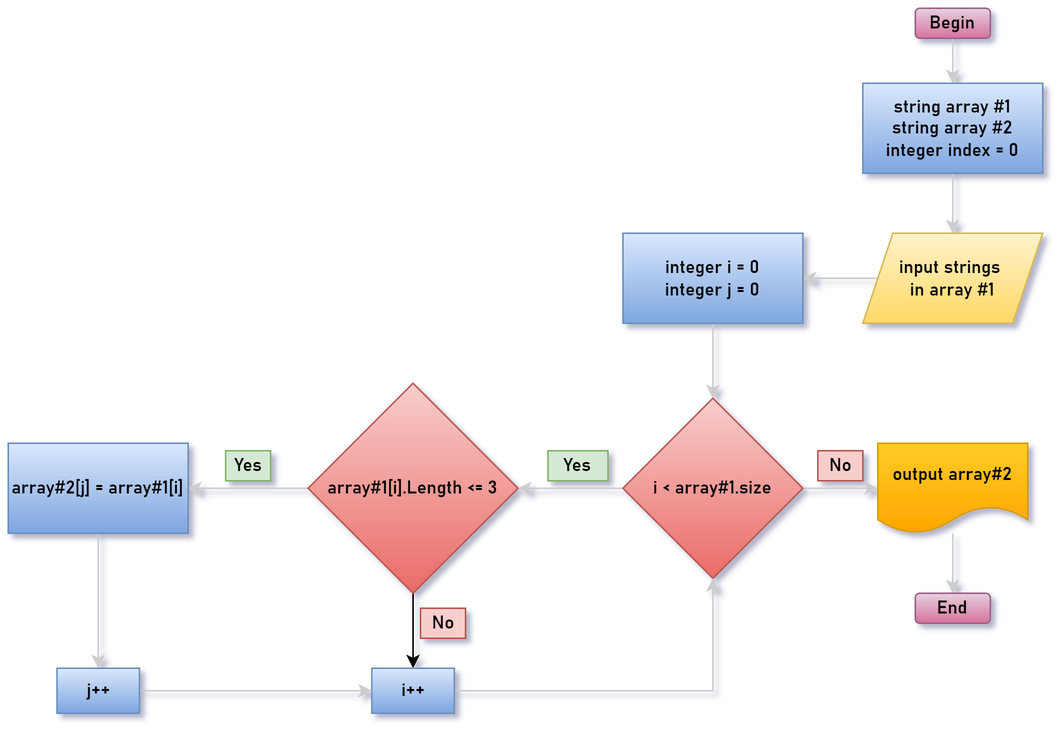
Above: dia.png in hayk4500/GB_FinalTask (draw.io), before the change. Source tidied: cells renumbered, new cells last; positions are measured from the earlier drawing's top-left corner, leaving out a move shared by most shapes.
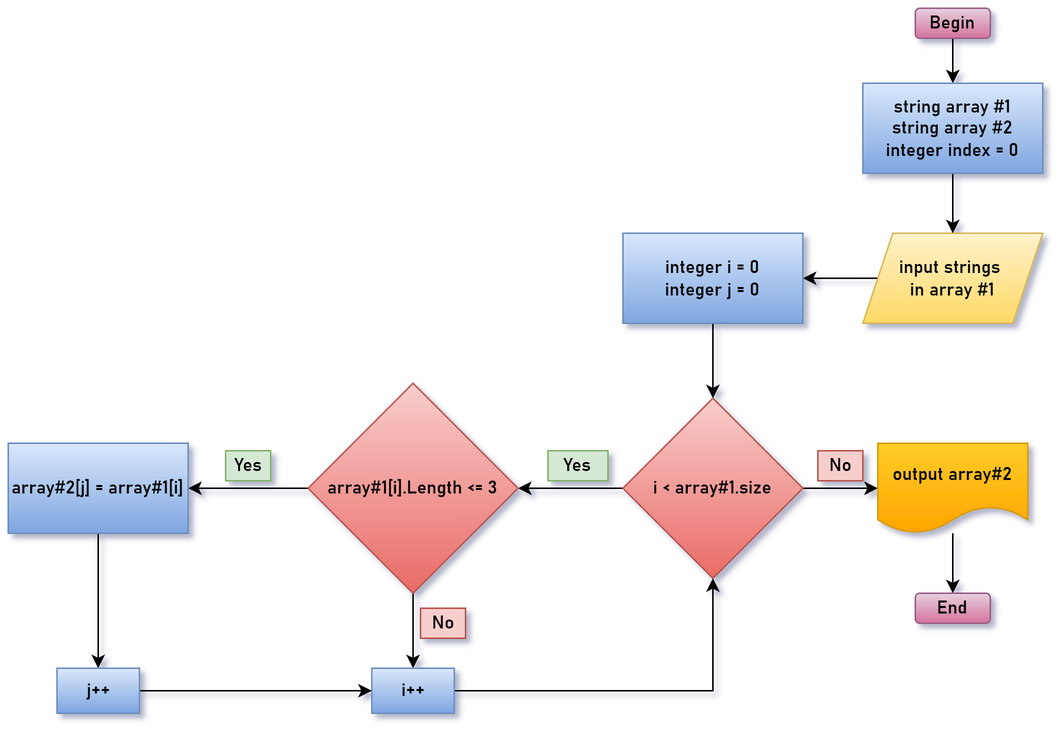
The same diagram one commit later.

Diff of the diagram source:
```diff
@@ -2,40 +2,40 @@
   <root>
     <mxCell id="0" />
     <mxCell id="1" parent="0" />
-    <mxCell id="2" style="edgeStyle=orthogonalEdgeStyle;rounded=0;jettySize=auto;html=1;fontFamily=Bahnschrift SemiBold;fontStyle=1;fontColor=#7045FF;strokeColor=#CCCCCC;" parent="1" edge="1" source="3" target="7">
+    <mxCell id="2" style="edgeStyle=orthogonalEdgeStyle;rounded=0;jettySize=auto;html=1;fontFamily=Bahnschrift SemiBold;fontStyle=1;fontColor=#7045FF;" parent="1" edge="1" source="3" target="7">
       <mxGeometry relative="1" as="geometry" />
     </mxCell>
     <mxCell id="3" value="Begin" style="rounded=1;whiteSpace=wrap;html=1;fillColor=#e6d0de;strokeColor=#996185;gradientColor=#d5739d;fontFamily=Bahnschrift SemiBold;fontStyle=1;" parent="1" vertex="1">
       <mxGeometry x="605" width="50" height="20" as="geometry" />
     </mxCell>
-    <mxCell id="4" style="edgeStyle=orthogonalEdgeStyle;rounded=0;jettySize=auto;html=1;fontFamily=Bahnschrift SemiBold;fontStyle=1;fontColor=#7045FF;strokeColor=#CCCCCC;" parent="1" edge="1" source="5" target="9">
+    <mxCell id="4" style="edgeStyle=orthogonalEdgeStyle;rounded=0;jettySize=auto;html=1;fontFamily=Bahnschrift SemiBold;fontStyle=1;fontColor=#7045FF;" parent="1" edge="1" source="5" target="9">
       <mxGeometry relative="1" as="geometry" />
     </mxCell>
     <mxCell id="5" value="input strings&amp;nbsp;&lt;br&gt;in array #1" style="shape=parallelogram;perimeter=parallelogramPerimeter;whiteSpace=wrap;html=1;fixedSize=1;fillColor=#fff2cc;strokeColor=#d6b656;gradientColor=#ffd966;fontFamily=Bahnschrift SemiBold;fontStyle=1;" parent="1" vertex="1">
       <mxGeometry x="570" y="150" width="120" height="60" as="geometry" />
     </mxCell>
-    <mxCell id="6" style="edgeStyle=orthogonalEdgeStyle;rounded=0;jettySize=auto;html=1;fontFamily=Bahnschrift SemiBold;fontStyle=1;fontColor=#7045FF;strokeColor=#CCCCCC;" parent="1" edge="1" source="7" target="5">
+    <mxCell id="6" style="edgeStyle=orthogonalEdgeStyle;rounded=0;jettySize=auto;html=1;fontFamily=Bahnschrift SemiBold;fontStyle=1;fontColor=#7045FF;" parent="1" edge="1" source="7" target="5">
       <mxGeometry relative="1" as="geometry" />
     </mxCell>
     <mxCell id="7" value="string array #1&lt;br&gt;string array #2&lt;br&gt;integer index = 0" style="rounded=0;whiteSpace=wrap;html=1;fillColor=#dae8fc;strokeColor=#6c8ebf;gradientColor=#7ea6e0;fontFamily=Bahnschrift SemiBold;fontStyle=1;" parent="1" vertex="1">
       <mxGeometry x="570" y="50" width="120" height="60" as="geometry" />
     </mxCell>
-    <mxCell id="8" style="edgeStyle=orthogonalEdgeStyle;rounded=0;jettySize=auto;html=1;fontFamily=Bahnschrift SemiBold;fontStyle=1;fontColor=#7045FF;strokeColor=#CCCCCC;" parent="1" edge="1" source="9" target="12">
+    <mxCell id="8" style="edgeStyle=orthogonalEdgeStyle;rounded=0;jettySize=auto;html=1;fontFamily=Bahnschrift SemiBold;fontStyle=1;fontColor=#7045FF;" parent="1" edge="1" source="9" target="12">
       <mxGeometry relative="1" as="geometry" />
     </mxCell>
     <mxCell id="9" value="integer i = 0&lt;br&gt;integer j = 0" style="rounded=0;whiteSpace=wrap;html=1;fillColor=#dae8fc;strokeColor=#6c8ebf;gradientColor=#7ea6e0;fontFamily=Bahnschrift SemiBold;fontStyle=1;" parent="1" vertex="1">
       <mxGeometry x="410" y="150" width="120" height="60" as="geometry" />
     </mxCell>
-    <mxCell id="10" style="edgeStyle=orthogonalEdgeStyle;rounded=0;jettySize=auto;html=1;fontFamily=Bahnschrift SemiBold;fontStyle=1;fontColor=#7045FF;strokeColor=#CCCCCC;" parent="1" edge="1" source="12" target="15">
+    <mxCell id="10" style="edgeStyle=orthogonalEdgeStyle;rounded=0;jettySize=auto;html=1;fontFamily=Bahnschrift SemiBold;fontStyle=1;fontColor=#7045FF;" parent="1" edge="1" source="12" target="15">
       <mxGeometry relative="1" as="geometry" />
     </mxCell>
-    <mxCell id="11" style="edgeStyle=orthogonalEdgeStyle;rounded=0;jettySize=auto;html=1;fontFamily=Bahnschrift SemiBold;fontStyle=1;fontColor=#7045FF;strokeColor=#CCCCCC;" parent="1" edge="1" source="12" target="26">
+    <mxCell id="11" style="edgeStyle=orthogonalEdgeStyle;rounded=0;jettySize=auto;html=1;fontFamily=Bahnschrift SemiBold;fontStyle=1;fontColor=#7045FF;" parent="1" edge="1" source="12" target="26">
       <mxGeometry relative="1" as="geometry" />
     </mxCell>
     <mxCell id="12" value="i &amp;lt; array#1.size&lt;br&gt;" style="rhombus;whiteSpace=wrap;html=1;fillColor=#f8cecc;strokeColor=#b85450;gradientColor=#ea6b66;fontFamily=Bahnschrift SemiBold;fontStyle=1;" parent="1" vertex="1">
       <mxGeometry x="410" y="260" width="120" height="120" as="geometry" />
     </mxCell>
-    <mxCell id="13" style="edgeStyle=orthogonalEdgeStyle;rounded=0;jettySize=auto;html=1;fontFamily=Bahnschrift SemiBold;fontStyle=1;fontColor=#7045FF;strokeColor=#CCCCCC;" parent="1" edge="1" source="15" target="17">
+    <mxCell id="13" style="edgeStyle=orthogonalEdgeStyle;rounded=0;jettySize=auto;html=1;fontFamily=Bahnschrift SemiBold;fontStyle=1;fontColor=#7045FF;" parent="1" edge="1" source="15" target="17">
       <mxGeometry relative="1" as="geometry" />
     </mxCell>
     <mxCell id="14" style="edgeStyle=orthogonalEdgeStyle;rounded=0;jettySize=auto;html=1;fontFamily=Bahnschrift SemiBold;fontStyle=1;" parent="1" edge="1" source="15" target="19">
@@ -44,19 +44,19 @@
     <mxCell id="15" value="array#1[i].Length &amp;lt;= 3" style="rhombus;whiteSpace=wrap;html=1;fillColor=#f8cecc;strokeColor=#b85450;gradientColor=#ea6b66;fontFamily=Bahnschrift SemiBold;fontStyle=1;" parent="1" vertex="1">
       <mxGeometry x="200" y="250" width="140" height="140" as="geometry" />
     </mxCell>
-    <mxCell id="16" style="edgeStyle=orthogonalEdgeStyle;rounded=0;jettySize=auto;html=1;fontFamily=Bahnschrift SemiBold;fontStyle=1;fontColor=#7045FF;strokeColor=#CCCCCC;" parent="1" edge="1" source="17" target="21">
+    <mxCell id="16" style="edgeStyle=orthogonalEdgeStyle;rounded=0;jettySize=auto;html=1;fontFamily=Bahnschrift SemiBold;fontStyle=1;fontColor=#7045FF;" parent="1" edge="1" source="17" target="21">
       <mxGeometry relative="1" as="geometry" />
     </mxCell>
     <mxCell id="17" value="array#2[j] = array#1[i]" style="rounded=0;whiteSpace=wrap;html=1;fillColor=#dae8fc;strokeColor=#6c8ebf;gradientColor=#7ea6e0;fontFamily=Bahnschrift SemiBold;fontStyle=1;" parent="1" vertex="1">
       <mxGeometry y="290" width="120" height="60" as="geometry" />
     </mxCell>
-    <mxCell id="18" style="edgeStyle=orthogonalEdgeStyle;rounded=0;jettySize=auto;html=1;exitX=1;exitY=0.5;exitDx=0;exitDy=0;entryX=0.5;entryY=1;entryDx=0;entryDy=0;fontFamily=Bahnschrift SemiBold;fontStyle=1;fontColor=#7045FF;strokeColor=#CCCCCC;" parent="1" edge="1" source="19" target="12">
+    <mxCell id="18" style="edgeStyle=orthogonalEdgeStyle;rounded=0;jettySize=auto;html=1;exitX=1;exitY=0.5;exitDx=0;exitDy=0;entryX=0.5;entryY=1;entryDx=0;entryDy=0;fontFamily=Bahnschrift SemiBold;fontStyle=1;fontColor=#7045FF;" parent="1" edge="1" source="19" target="12">
       <mxGeometry relative="1" as="geometry" />
     </mxCell>
     <mxCell id="19" value="i++" style="rounded=0;whiteSpace=wrap;html=1;fillColor=#dae8fc;strokeColor=#6c8ebf;gradientColor=#7ea6e0;fontFamily=Bahnschrift SemiBold;fontStyle=1;" parent="1" vertex="1">
       <mxGeometry x="242.5" y="440" width="55" height="30" as="geometry" />
     </mxCell>
-    <mxCell id="20" style="edgeStyle=orthogonalEdgeStyle;rounded=0;jettySize=auto;html=1;fontFamily=Bahnschrift SemiBold;fontStyle=1;fontColor=#7045FF;strokeColor=#CCCCCC;" parent="1" edge="1" source="21" target="19">
+    <mxCell id="20" style="edgeStyle=orthogonalEdgeStyle;rounded=0;jettySize=auto;html=1;fontFamily=Bahnschrift SemiBold;fontStyle=1;fontColor=#7045FF;" parent="1" edge="1" source="21" target="19">
       <mxGeometry relative="1" as="geometry" />
     </mxCell>
     <mxCell id="21" value="j++" style="rounded=0;whiteSpace=wrap;html=1;fillColor=#dae8fc;strokeColor=#6c8ebf;gradientColor=#7ea6e0;fontFamily=Bahnschrift SemiBold;fontStyle=1;" parent="1" vertex="1">
@@ -71,7 +71,7 @@
     <mxCell id="24" value="No" style="text;html=1;align=center;verticalAlign=middle;strokeColor=#b85450;fillColor=#f8cecc;fontFamily=Bahnschrift SemiBold;fontStyle=1;" parent="1" vertex="1">
       <mxGeometry x="275" y="400" width="30" height="20" as="geometry" />
     </mxCell>
-    <mxCell id="25" style="edgeStyle=orthogonalEdgeStyle;rounded=0;jettySize=auto;html=1;fontFamily=Bahnschrift SemiBold;fontStyle=1;fontColor=#7045FF;strokeColor=#CCCCCC;" parent="1" edge="1" source="26" target="27">
+    <mxCell id="25" style="edgeStyle=orthogonalEdgeStyle;rounded=0;jettySize=auto;html=1;fontFamily=Bahnschrift SemiBold;fontStyle=1;fontColor=#7045FF;" parent="1" edge="1" source="26" target="27">
       <mxGeometry relative="1" as="geometry">
         <Array as="points">
           <mxPoint x="630" y="360" />
```
